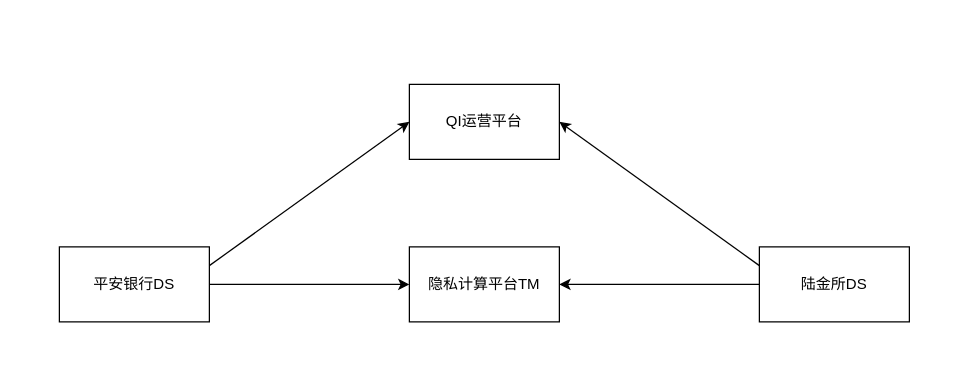
yankaili2006/drawing_io keeps this draw.io diagram as qi_pingan.drawio. Above is the earlier version. Source tidied: cells renumbered, new cells numbered last; positions are measured from the earlier drawing's top-left corner, leaving out a move shared by most shapes. Both pictures are drawn from the tidied source at 125%, with x=0, y=0 at pixel (59, 84).
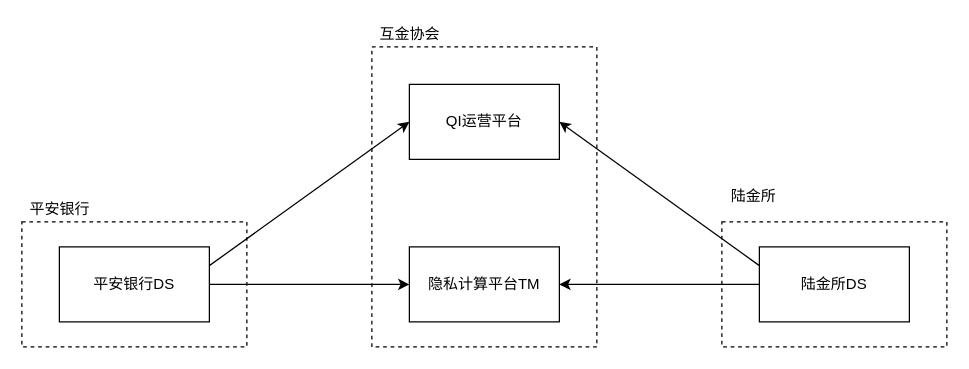
The same diagram, later.

The edit, as a diff of the source:
```diff
@@
 <mxGraphModel>
   <root>
     <mxCell id="0" />
     <mxCell id="1" parent="0" />
+    <mxCell id="10" style="rounded=0;whiteSpace=wrap;html=1;dashed=1;labelBackgroundColor=none;" parent="1" vertex="1">
+      <mxGeometry x="-30" y="110" width="180" height="100" as="geometry" />
+    </mxCell>
+    <mxCell id="11" style="rounded=0;whiteSpace=wrap;html=1;dashed=1;labelBackgroundColor=none;" parent="1" vertex="1">
+      <mxGeometry x="530" y="110" width="180" height="100" as="geometry" />
+    </mxCell>
+    <mxCell id="12" style="rounded=0;whiteSpace=wrap;html=1;dashed=1;labelBackgroundColor=none;" parent="1" vertex="1">
+      <mxGeometry x="250" y="-30" width="180" height="240" as="geometry" />
+    </mxCell>
     <mxCell id="2" value="隐私计算平台TM" style="rounded=0;whiteSpace=wrap;html=1;" parent="1" vertex="1">
       <mxGeometry x="280" y="130" width="120" height="60" as="geometry" />
     </mxCell>
     <mxCell id="3" value="QI运营平台" style="rounded=0;whiteSpace=wrap;html=1;" parent="1" vertex="1">
       <mxGeometry x="280" width="120" height="60" as="geometry" />
     </mxCell>
     <mxCell id="4" value="平安银行DS" style="rounded=0;whiteSpace=wrap;html=1;" parent="1" vertex="1">
       <mxGeometry y="130" width="120" height="60" as="geometry" />
     </mxCell>
     <mxCell id="5" value="陆金所DS" style="rounded=0;whiteSpace=wrap;html=1;" parent="1" vertex="1">
       <mxGeometry x="560" y="130" width="120" height="60" as="geometry" />
     </mxCell>
     <mxCell id="6" style="endArrow=classic;html=1;exitX=1;exitY=0.25;exitDx=0;exitDy=0;entryX=0;entryY=0.5;entryDx=0;entryDy=0;" parent="1" edge="1" source="4" target="3">
       <mxGeometry relative="1" as="geometry" />
     </mxCell>
     <mxCell id="7" style="endArrow=classic;html=1;exitX=1;exitY=0.5;exitDx=0;exitDy=0;entryX=0;entryY=0.5;entryDx=0;entryDy=0;" parent="1" edge="1" source="4" target="2">
       <mxGeometry relative="1" as="geometry" />
     </mxCell>
     <mxCell id="8" style="endArrow=classic;html=1;exitX=0;exitY=0.5;exitDx=0;exitDy=0;entryX=1;entryY=0.5;entryDx=0;entryDy=0;" parent="1" edge="1" source="5" target="2">
       <mxGeometry relative="1" as="geometry" />
     </mxCell>
     <mxCell id="9" style="endArrow=classic;html=1;exitX=0;exitY=0.25;exitDx=0;exitDy=0;entryX=1;entryY=0.5;entryDx=0;entryDy=0;" parent="1" edge="1" source="5" target="3">
       <mxGeometry relative="1" as="geometry" />
     </mxCell>
+    <mxCell id="13" value="互金协会" style="text;html=1;align=center;verticalAlign=middle;" parent="1" vertex="1">
+      <mxGeometry x="250" y="-50" width="60" height="20" as="geometry" />
+    </mxCell>
+    <mxCell id="14" value="陆金所" style="text;html=1;align=center;verticalAlign=middle;" parent="1" vertex="1">
+      <mxGeometry x="530" y="80" width="50" height="20" as="geometry" />
+    </mxCell>
+    <mxCell id="15" value="平安银行" style="text;html=1;align=center;verticalAlign=middle;" parent="1" vertex="1">
+      <mxGeometry x="-30" y="90" width="60" height="20" as="geometry" />
+    </mxCell>
   </root>
 </mxGraphModel>
```
